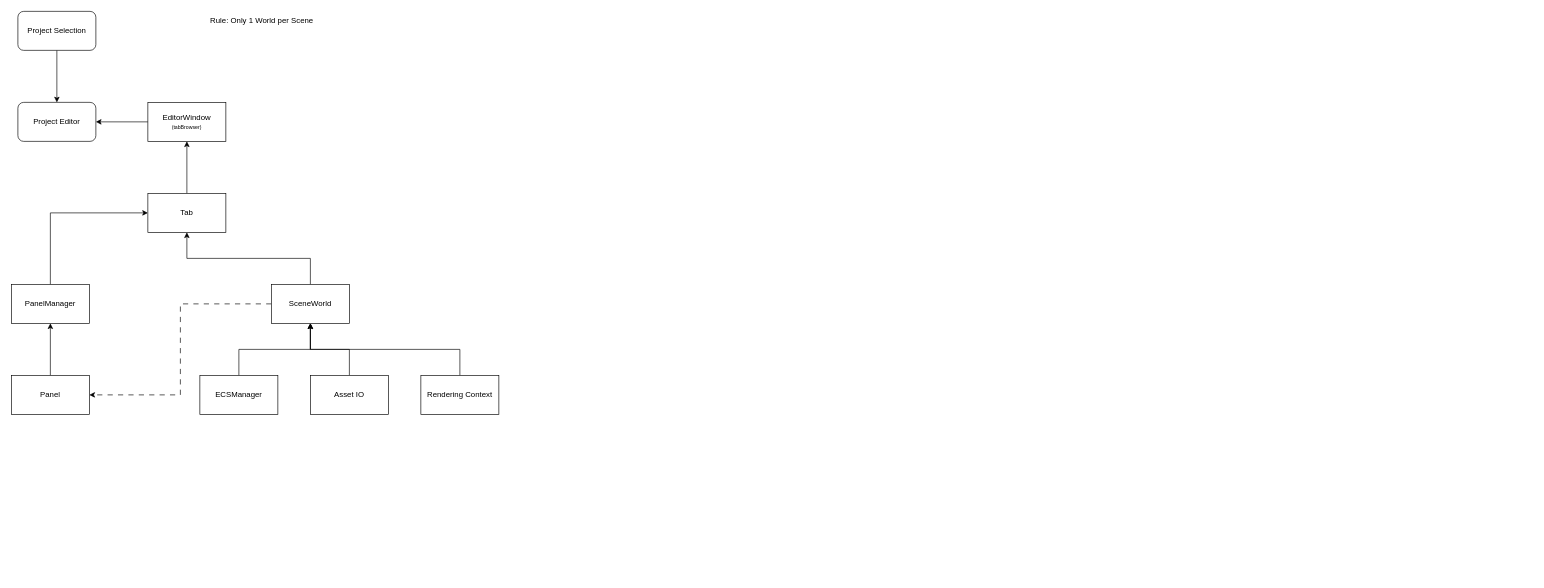
Before: docs/Planning.drawio in Y0L042/DuinEngine, a draw.io diagram. Source tidied: cells renumbered, new cells numbered last; positions are measured from the earlier drawing's top-left corner, leaving out a move shared by most shapes. Both pictures are drawn from the tidied source at 65%, with x=0, y=0 at pixel (11, 11).
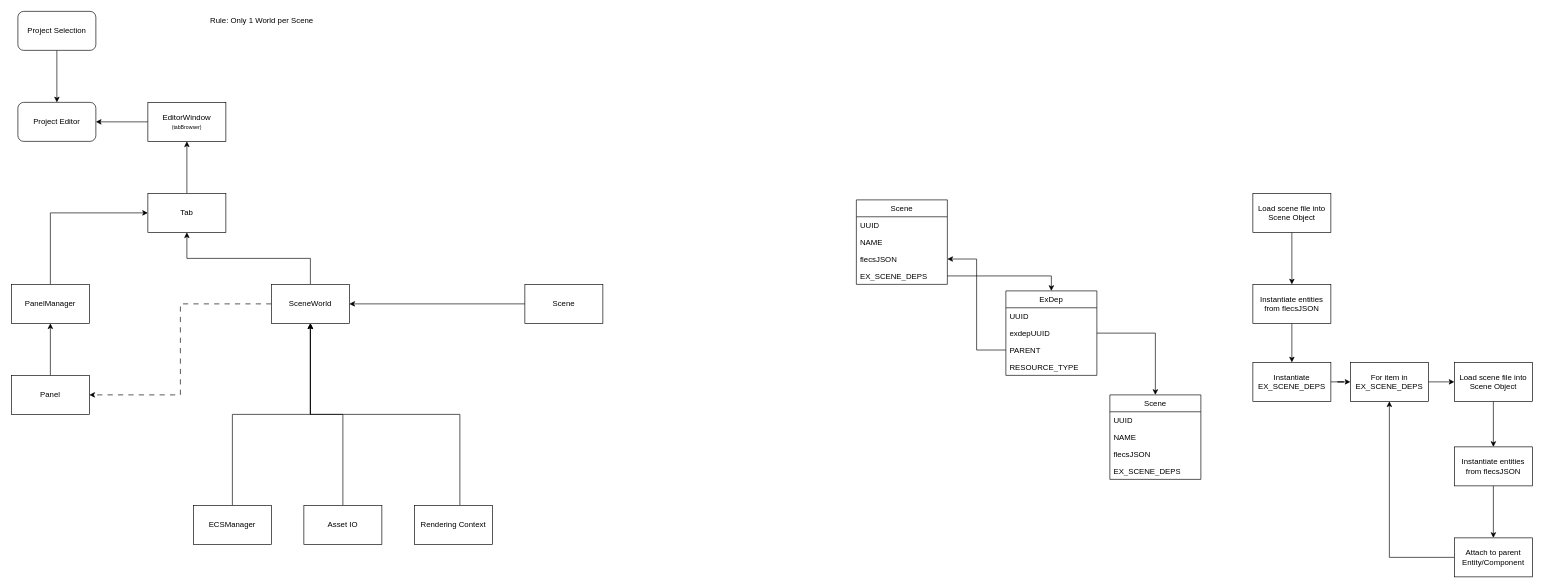
The same page after the edit.

Unchanged cells that the change refers to:
```xml
<mxCell id="19" value="SceneWorld" style="rounded=0;whiteSpace=wrap;html=1;" parent="1" vertex="1">
  <mxGeometry x="400" y="420" width="120" height="60" as="geometry" />
</mxCell>
```

Diff of the diagram source:
```diff
@@
     <mxCell id="17" style="edgeStyle=orthogonalEdgeStyle;rounded=0;jettySize=auto;html=1;" parent="1" edge="1" source="22" target="19">
       <mxGeometry relative="1" as="geometry">
         <Array as="points">
-          <mxPoint x="690" y="520" />
-          <mxPoint x="460" y="520" />
+          <mxPoint x="690" y="620" />
+          <mxPoint x="460" y="620" />
         </Array>
       </mxGeometry>
     </mxCell>
@@
     <mxCell id="20" value="ECSManager" style="rounded=0;whiteSpace=wrap;html=1;" parent="1" vertex="1">
-      <mxGeometry x="290" y="560" width="120" height="60" as="geometry" />
+      <mxGeometry x="280" y="760" width="120" height="60" as="geometry" />
     </mxCell>
     <mxCell id="21" value="Asset IO" style="whiteSpace=wrap;html=1;" parent="1" vertex="1">
-      <mxGeometry x="460" y="560" width="120" height="60" as="geometry" />
+      <mxGeometry x="450" y="760" width="120" height="60" as="geometry" />
     </mxCell>
     <mxCell id="22" value="Rendering Context" style="whiteSpace=wrap;html=1;" parent="1" vertex="1">
-      <mxGeometry x="630" y="560" width="120" height="60" as="geometry" />
+      <mxGeometry x="620" y="760" width="120" height="60" as="geometry" />
     </mxCell>
+    <mxCell id="23" style="edgeStyle=orthogonalEdgeStyle;rounded=0;jettySize=auto;html=1;exitX=0;exitY=0.5;exitDx=0;exitDy=0;entryX=1;entryY=0.5;entryDx=0;entryDy=0;" parent="1" edge="1" source="24" target="19">
+      <mxGeometry relative="1" as="geometry" />
+    </mxCell>
+    <mxCell id="24" value="Scene" style="whiteSpace=wrap;html=1;" parent="1" vertex="1">
+      <mxGeometry x="790" y="420" width="120" height="60" as="geometry" />
+    </mxCell>
+    <mxCell id="25" value="Scene" style="swimlane;fontStyle=0;horizontal=1;startSize=26;fillColor=none;whiteSpace=wrap;html=1;" parent="1" vertex="1">
+      <mxGeometry x="1300" y="290" width="140" height="130" as="geometry" />
+    </mxCell>
+    <mxCell id="26" value="UUID" style="text;strokeColor=none;fillColor=none;align=left;verticalAlign=top;spacingLeft=4;spacingRight=4;overflow=hidden;whiteSpace=wrap;html=1;" parent="25" vertex="1">
+      <mxGeometry y="26" width="140" height="26" as="geometry" />
+    </mxCell>
+    <mxCell id="27" value="NAME" style="text;strokeColor=none;fillColor=none;align=left;verticalAlign=top;spacingLeft=4;spacingRight=4;overflow=hidden;whiteSpace=wrap;html=1;" parent="25" vertex="1">
+      <mxGeometry y="52" width="140" height="26" as="geometry" />
+    </mxCell>
+    <mxCell id="28" value="flecsJSON" style="text;strokeColor=none;fillColor=none;align=left;verticalAlign=top;spacingLeft=4;spacingRight=4;overflow=hidden;points=[[0,0.5],[1,0.5]];portConstraint=eastwest;whiteSpace=wrap;html=1;" parent="25" vertex="1">
+      <mxGeometry y="78" width="140" height="26" as="geometry" />
+    </mxCell>
+    <mxCell id="29" value="EX_SCENE_DEPS" style="text;strokeColor=none;fillColor=none;align=left;verticalAlign=top;spacingLeft=4;spacingRight=4;overflow=hidden;points=[[0,0.5],[1,0.5]];portConstraint=eastwest;whiteSpace=wrap;html=1;" parent="25" vertex="1">
+      <mxGeometry y="104" width="140" height="26" as="geometry" />
+    </mxCell>
+    <mxCell id="30" value="Scene" style="swimlane;fontStyle=0;horizontal=1;startSize=26;fillColor=none;whiteSpace=wrap;html=1;" parent="1" vertex="1">
+      <mxGeometry x="1690" y="590" width="140" height="130" as="geometry" />
+    </mxCell>
+    <mxCell id="31" value="UUID" style="text;strokeColor=none;fillColor=none;align=left;verticalAlign=top;spacingLeft=4;spacingRight=4;overflow=hidden;whiteSpace=wrap;html=1;" parent="30" vertex="1">
+      <mxGeometry y="26" width="140" height="26" as="geometry" />
+    </mxCell>
+    <mxCell id="32" value="NAME" style="text;strokeColor=none;fillColor=none;align=left;verticalAlign=top;spacingLeft=4;spacingRight=4;overflow=hidden;whiteSpace=wrap;html=1;" parent="30" vertex="1">
+      <mxGeometry y="52" width="140" height="26" as="geometry" />
+    </mxCell>
+    <mxCell id="33" value="flecsJSON" style="text;strokeColor=none;fillColor=none;align=left;verticalAlign=top;spacingLeft=4;spacingRight=4;overflow=hidden;whiteSpace=wrap;html=1;" parent="30" vertex="1">
+      <mxGeometry y="78" width="140" height="26" as="geometry" />
+    </mxCell>
+    <mxCell id="34" value="EX_SCENE_DEPS" style="text;strokeColor=none;fillColor=none;align=left;verticalAlign=top;spacingLeft=4;spacingRight=4;overflow=hidden;whiteSpace=wrap;html=1;" parent="30" vertex="1">
+      <mxGeometry y="104" width="140" height="26" as="geometry" />
+    </mxCell>
+    <mxCell id="35" value="ExDep" style="swimlane;fontStyle=0;horizontal=1;startSize=26;fillColor=none;whiteSpace=wrap;html=1;" parent="1" vertex="1">
+      <mxGeometry x="1530" y="430" width="140" height="130" as="geometry" />
+    </mxCell>
+    <mxCell id="36" value="UUID" style="text;strokeColor=none;fillColor=none;align=left;verticalAlign=top;spacingLeft=4;spacingRight=4;overflow=hidden;whiteSpace=wrap;html=1;" parent="35" vertex="1">
+      <mxGeometry y="26" width="140" height="26" as="geometry" />
+    </mxCell>
+    <mxCell id="37" value="exdepUUID" style="text;strokeColor=none;fillColor=none;align=left;verticalAlign=top;spacingLeft=4;spacingRight=4;overflow=hidden;points=[[0,0.5],[1,0.5]];portConstraint=eastwest;whiteSpace=wrap;html=1;" parent="35" vertex="1">
+      <mxGeometry y="52" width="140" height="26" as="geometry" />
+    </mxCell>
+    <mxCell id="38" value="PARENT" style="text;strokeColor=none;fillColor=none;align=left;verticalAlign=top;spacingLeft=4;spacingRight=4;overflow=hidden;points=[[0,0.5],[1,0.5]];portConstraint=eastwest;whiteSpace=wrap;html=1;" parent="35" vertex="1">
+      <mxGeometry y="78" width="140" height="26" as="geometry" />
+    </mxCell>
+    <mxCell id="39" value="RESOURCE_TYPE" style="text;strokeColor=none;fillColor=none;align=left;verticalAlign=top;spacingLeft=4;spacingRight=4;overflow=hidden;whiteSpace=wrap;html=1;" parent="35" vertex="1">
+      <mxGeometry y="104" width="140" height="26" as="geometry" />
+    </mxCell>
+    <mxCell id="40" style="edgeStyle=orthogonalEdgeStyle;rounded=0;jettySize=auto;html=1;entryX=0.5;entryY=0;entryDx=0;entryDy=0;" parent="1" edge="1" source="29" target="35">
+      <mxGeometry relative="1" as="geometry" />
+    </mxCell>
+    <mxCell id="41" style="edgeStyle=orthogonalEdgeStyle;rounded=0;jettySize=auto;html=1;entryX=0.5;entryY=0;entryDx=0;entryDy=0;" parent="1" edge="1" source="37" target="30">
+      <mxGeometry relative="1" as="geometry" />
+    </mxCell>
+    <mxCell id="42" style="edgeStyle=orthogonalEdgeStyle;rounded=0;jettySize=auto;html=1;" parent="1" edge="1" source="38" target="28">
+      <mxGeometry relative="1" as="geometry" />
+    </mxCell>
+    <mxCell id="43" style="edgeStyle=orthogonalEdgeStyle;rounded=0;jettySize=auto;html=1;" parent="1" edge="1" source="44" target="46">
+      <mxGeometry relative="1" as="geometry" />
+    </mxCell>
+    <mxCell id="44" value="Load scene file into Scene Object" style="rounded=0;whiteSpace=wrap;html=1;" parent="1" vertex="1">
+      <mxGeometry x="1910" y="280" width="120" height="60" as="geometry" />
+    </mxCell>
+    <mxCell id="45" style="edgeStyle=orthogonalEdgeStyle;rounded=0;jettySize=auto;html=1;" parent="1" edge="1" source="46" target="56">
+      <mxGeometry relative="1" as="geometry" />
+    </mxCell>
+    <mxCell id="46" value="Instantiate entities from flecsJSON" style="whiteSpace=wrap;html=1;rounded=0;" parent="1" vertex="1">
+      <mxGeometry x="1910" y="420" width="120" height="60" as="geometry" />
+    </mxCell>
+    <mxCell id="47" style="edgeStyle=orthogonalEdgeStyle;rounded=0;jettySize=auto;html=1;" parent="1" edge="1" source="48" target="50">
+      <mxGeometry relative="1" as="geometry" />
+    </mxCell>
+    <mxCell id="48" value="For item in EX_SCENE_DEPS" style="whiteSpace=wrap;html=1;" parent="1" vertex="1">
+      <mxGeometry x="2060" y="540" width="120" height="60" as="geometry" />
+    </mxCell>
+    <mxCell id="49" style="edgeStyle=orthogonalEdgeStyle;rounded=0;jettySize=auto;html=1;" parent="1" edge="1" source="50" target="52">
+      <mxGeometry relative="1" as="geometry" />
+    </mxCell>
+    <mxCell id="50" value="Load scene file into Scene Object" style="rounded=0;whiteSpace=wrap;html=1;" parent="1" vertex="1">
+      <mxGeometry x="2220" y="540" width="120" height="60" as="geometry" />
+    </mxCell>
+    <mxCell id="51" style="edgeStyle=orthogonalEdgeStyle;rounded=0;jettySize=auto;html=1;" parent="1" edge="1" source="52" target="54">
+      <mxGeometry relative="1" as="geometry" />
+    </mxCell>
+    <mxCell id="52" value="Instantiate entities from flecsJSON" style="whiteSpace=wrap;html=1;rounded=0;" parent="1" vertex="1">
+      <mxGeometry x="2220" y="670" width="120" height="60" as="geometry" />
+    </mxCell>
+    <mxCell id="53" style="edgeStyle=orthogonalEdgeStyle;rounded=0;jettySize=auto;html=1;entryX=0.5;entryY=1;entryDx=0;entryDy=0;" parent="1" edge="1" source="54" target="48">
+      <mxGeometry relative="1" as="geometry" />
+    </mxCell>
+    <mxCell id="54" value="Attach to parent Entity/Component" style="whiteSpace=wrap;html=1;rounded=0;" parent="1" vertex="1">
+      <mxGeometry x="2220" y="810" width="120" height="60" as="geometry" />
+    </mxCell>
+    <mxCell id="55" style="edgeStyle=orthogonalEdgeStyle;rounded=0;jettySize=auto;html=1;" parent="1" edge="1" source="56" target="48">
+      <mxGeometry relative="1" as="geometry" />
+    </mxCell>
+    <mxCell id="56" value="Instantiate EX_SCENE_DEPS" style="whiteSpace=wrap;html=1;rounded=0;" parent="1" vertex="1">
+      <mxGeometry x="1910" y="540" width="120" height="60" as="geometry" />
+    </mxCell>
```
